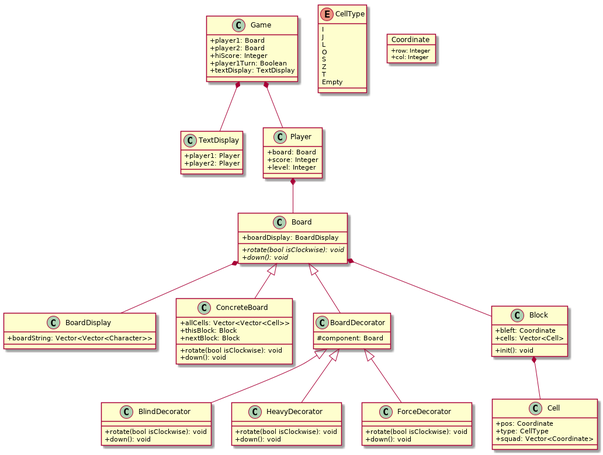
Before: doc/uml1.png, a diagram exported from PlantUML (MatthewZMD/TetrisDual).
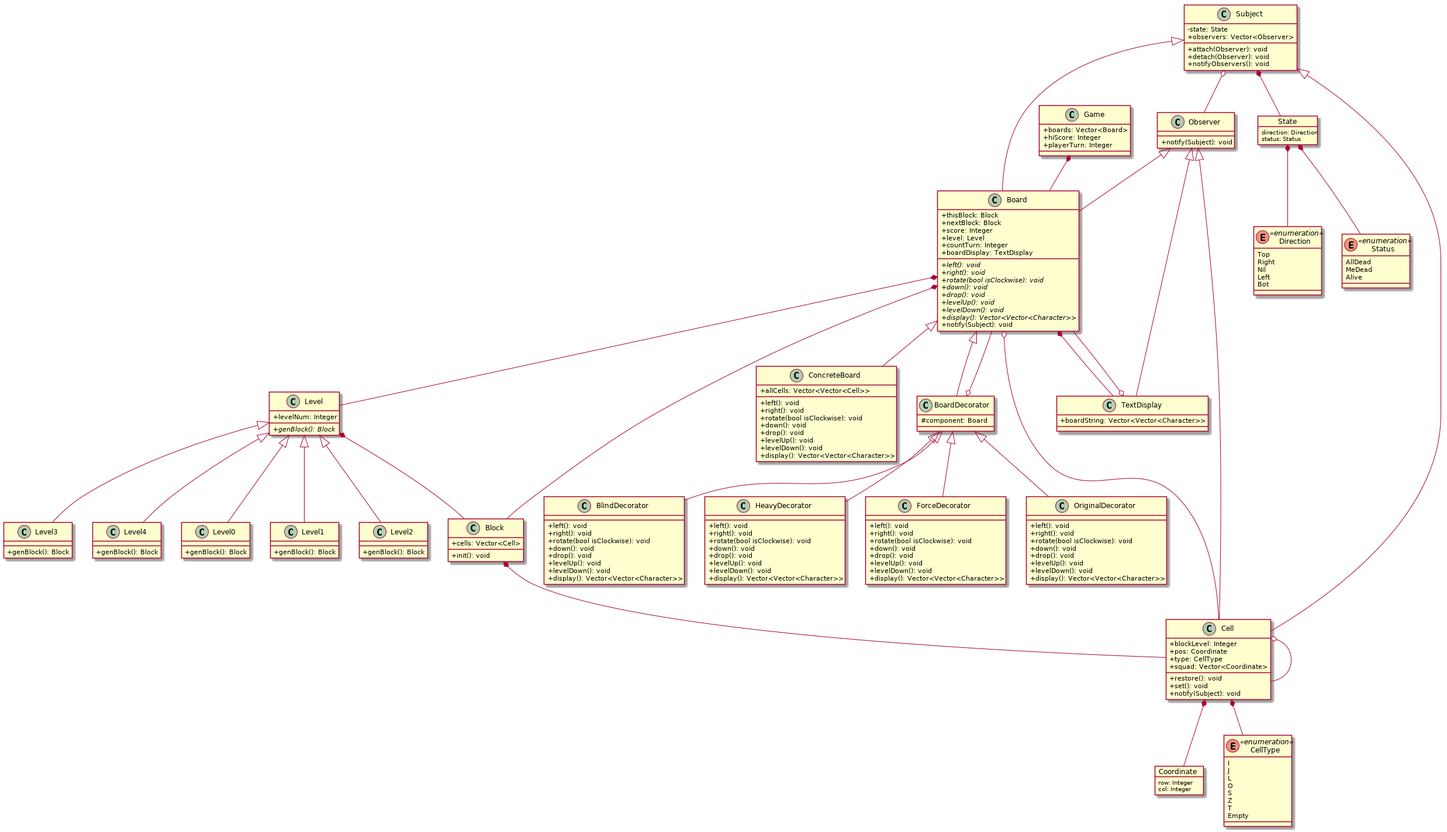
After the commit.

What changed in the source:
```diff
@@ -1,106 +1,231 @@
 @startuml
 skinparam classAttributeIconSize 0
 class Game {
-       + player1: Board
-       + player2: Board
-       + hiScore: Integer
-       + player1Turn: Boolean
-       + textDisplay: TextDisplay
+        + boards: Vector<Board>
+        + hiScore: Integer
+        + playerTurn: Integer
+}
+
+class Board {
+        + thisBlock: Block
+        + nextBlock: Block
+        + score: Integer
+        + level: Level
+        + countTurn: Integer
+        + boardDisplay: TextDisplay
+        + {abstract} left(): void
+        + {abstract} right(): void
+        + {abstract} rotate(bool isClockwise): void
+        + {abstract} down(): void
+        + {abstract} drop(): void
+        + {abstract} levelUp(): void
+        + {abstract} levelDown(): void
+        + {abstract} display(): Vector<Vector<Character>>
+        + notify(Subject): void
+}
+
+Observer <|-- Board
+
+Subject <|-- Board
+
+Game *-- Board
+
+class ConcreteBoard {
+        + allCells: Vector<Vector<Cell>>
+        + left(): void
+        + right(): void
+        + rotate(bool isClockwise): void
+        + down(): void
+        + drop(): void
+        + levelUp(): void
+        + levelDown(): void
+        + display(): Vector<Vector<Character>>
 }
 
 class TextDisplay {
-       + player1: Player
-       + player2: Player
+        + boardString: Vector<Vector<Character>>
 }
 
-Game *-- TextDisplay
+Observer <|-- TextDisplay
 
-class Player {
-       + board: Board
-       + score: Integer
-       + level: Integer
-}
+TextDisplay o-- Board
 
-Game *-- Player
-
-class Board {
-       + {abstract} rotate(bool isClockwise): void
-       + {abstract} down(): void
-       + boardDisplay: BoardDisplay
-}
-
-Player *-- Board
-
-class BoardDisplay {
-       + boardString: Vector<Vector<Character>>
-}
-
-Board *-- BoardDisplay
-
-class ConcreteBoard {
-       + allCells: Vector<Vector<Cell>>
-       + thisBlock: Block
-       + nextBlock: Block
-       + rotate(bool isClockwise): void
-       + down(): void
-}
+Board *-- TextDisplay
 
 Board <|-- ConcreteBoard
 
 class BoardDecorator {
-       # component: Board
+        # component: Board
+}
+
+BoardDecorator o-- Board
+
+class OriginalDecorator {
+        + left(): void
+        + right(): void
+        + rotate(bool isClockwise): void
+        + down(): void
+        + drop(): void
+        + levelUp(): void
+        + levelDown(): void
+        + display(): Vector<Vector<Character>>
 }
 
 class BlindDecorator {
-       + rotate(bool isClockwise): void
-       + down(): void
+        + left(): void
+        + right(): void
+        + rotate(bool isClockwise): void
+        + down(): void
+        + drop(): void
+        + levelUp(): void
+        + levelDown(): void
+        + display(): Vector<Vector<Character>>
 }
 
 class HeavyDecorator {
-       + rotate(bool isClockwise): void
-       + down(): void
+        + left(): void
+        + right(): void
+        + rotate(bool isClockwise): void
+        + down(): void
+        + drop(): void
+        + levelUp(): void
+        + levelDown(): void
+        + display(): Vector<Vector<Character>>
 }
 
 class ForceDecorator {
-       + rotate(bool isClockwise): void
-       + down(): void
+        + left(): void
+        + right(): void
+        + rotate(bool isClockwise): void
+        + down(): void
+        + drop(): void
+        + levelUp(): void
+        + levelDown(): void
+        + display(): Vector<Vector<Character>>
 }
 
 Board <|-- BoardDecorator
+BoardDecorator <|-- OriginalDecorator
 BoardDecorator <|-- BlindDecorator
 BoardDecorator <|-- HeavyDecorator
 BoardDecorator <|-- ForceDecorator
 
+class Level {
+        + levelNum: Integer
+        + {abstract} genBlock(): Block
+}
+
+Level *-- Block
+
+class Level0 {
+        + genBlock(): Block
+}
+
+class Level1 {
+        + genBlock(): Block
+}
+
+class Level2 {
+        + genBlock(): Block
+}
+
+class Level3 {
+        + genBlock(): Block
+}
+
+class Level4 {
+        + genBlock(): Block
+}
+
+Level <|-- Level0
+Level <|-- Level1
+Level <|-- Level2
+Level <|-- Level3
+Level <|-- Level4
+
+Board *-- Level
+
 class Block {
-       + bleft: Coordinate
-       + cells: Vector<Cell>
-       + init(): void
+        + cells: Vector<Cell>
+        + init(): void
 }
 
 Board *-- Block
 
+class Subject {
+        - state: State
+        + observers: Vector<Observer>
+        + attach(Observer): void
+        + detach(Observer): void
+        + notifyObservers(): void
+}
+
+Subject *-- State
+
+class Observer{
+        + notify(Subject): void
+}
+
+Subject o-- Observer
+
 class Cell {
-       + pos: Coordinate
-       + type: CellType
-       + squad: Vector<Coordinate>
+        + blockLevel: Integer
+        + pos: Coordinate
+        + type: CellType
+        + squad: Vector<Coordinate>
+        + restore(): void
+        + set(): void
+        + notify(Subject): void
 }
+
+Board o-- Cell
+
+Cell *-- Coordinate
+Cell *-- CellType
+
+Subject <|-- Cell
+Observer <|-- Cell
 
 Block *-- Cell
 
-enum CellType {
-       I
-       J
-       L
-       O
-       S
-       Z
-       T
-       Empty
+Cell o-- Cell
+
+enum CellType << enumeration >> {
+        I
+        J
+        L
+        O
+        S
+        Z
+        T
+        Empty
 }
 
 object Coordinate {
-       + row: Integer
-       + col: Integer
+        row: Integer
+        col: Integer
 }
 
+enum Direction << enumeration >> {
+        Top
+        Right
+        Nil
+        Left
+        Bot
+}
+
+enum Status << enumeration >> {
+        AllDead
+        MeDead
+        Alive
+}
+
+object State {
+        direction: Direction
+        status: Status
+}
+
+State *-- Direction
+State *-- Status
+
 @enduml
```
